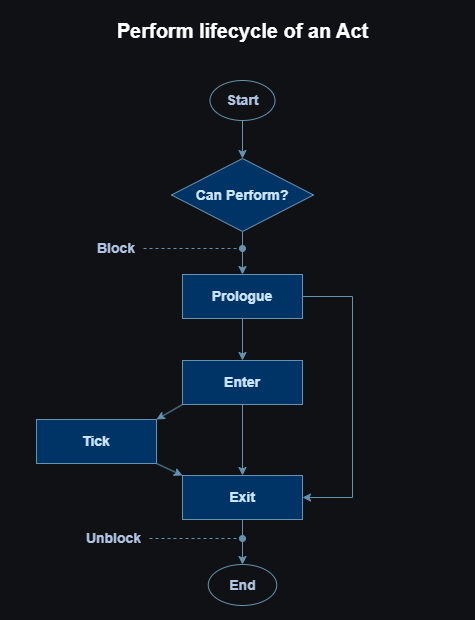
The draw.io diagram images/act-lifecycle.png in ManasMakde/act, before a commit. Source tidied: cells renumbered, new cells last; positions are measured from the earlier drawing's top-left corner, leaving out a move shared by most shapes.
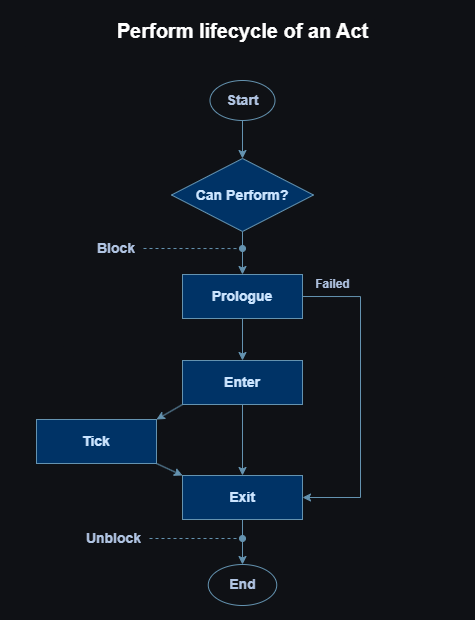
After the change.

Commit message:
Updated README lifecycle image with prologue failed path

The edit, as a diff of the source:
```diff
@@ -13,8 +13,8 @@
     <mxCell id="4" style="edgeStyle=orthogonalEdgeStyle;rounded=0;jettySize=auto;html=1;exitX=1;exitY=0.5;exitDx=0;exitDy=0;entryX=1;entryY=0.5;entryDx=0;entryDy=0;labelBackgroundColor=none;strokeColor=#457B9D;fontColor=#1D3557;align=center;verticalAlign=middle;fontFamily=Helvetica;fontSize=14;fillColor=light-dark(#A8DADC,#003366);fontStyle=1;" parent="1" edge="1" source="5" target="14">
       <mxGeometry relative="1" as="geometry">
         <Array as="points">
-          <mxPoint x="316" y="281" />
-          <mxPoint x="316" y="482" />
+          <mxPoint x="324" y="281" />
+          <mxPoint x="324" y="482" />
         </Array>
       </mxGeometry>
     </mxCell>
@@ -77,5 +77,8 @@
     <mxCell id="21" value="Unblock" style="text;html=1;whiteSpace=wrap;strokeColor=none;fillColor=none;align=center;verticalAlign=middle;rounded=0;fontFamily=Helvetica;fontSize=14;fontColor=#1D3557;fontStyle=1;labelBackgroundColor=none;" parent="1" vertex="1">
       <mxGeometry x="42" y="508" width="71" height="30" as="geometry" />
     </mxCell>
+    <mxCell id="22" value="Failed" style="text;html=1;whiteSpace=wrap;strokeColor=none;fillColor=none;align=center;verticalAlign=middle;rounded=0;fontFamily=Helvetica;fontSize=12;fontColor=#1D3557;fontStyle=1;labelBackgroundColor=none;" parent="1" vertex="1">
+      <mxGeometry x="277" y="259" width="39" height="20" as="geometry" />
+    </mxCell>
   </root>
 </mxGraphModel>
```
